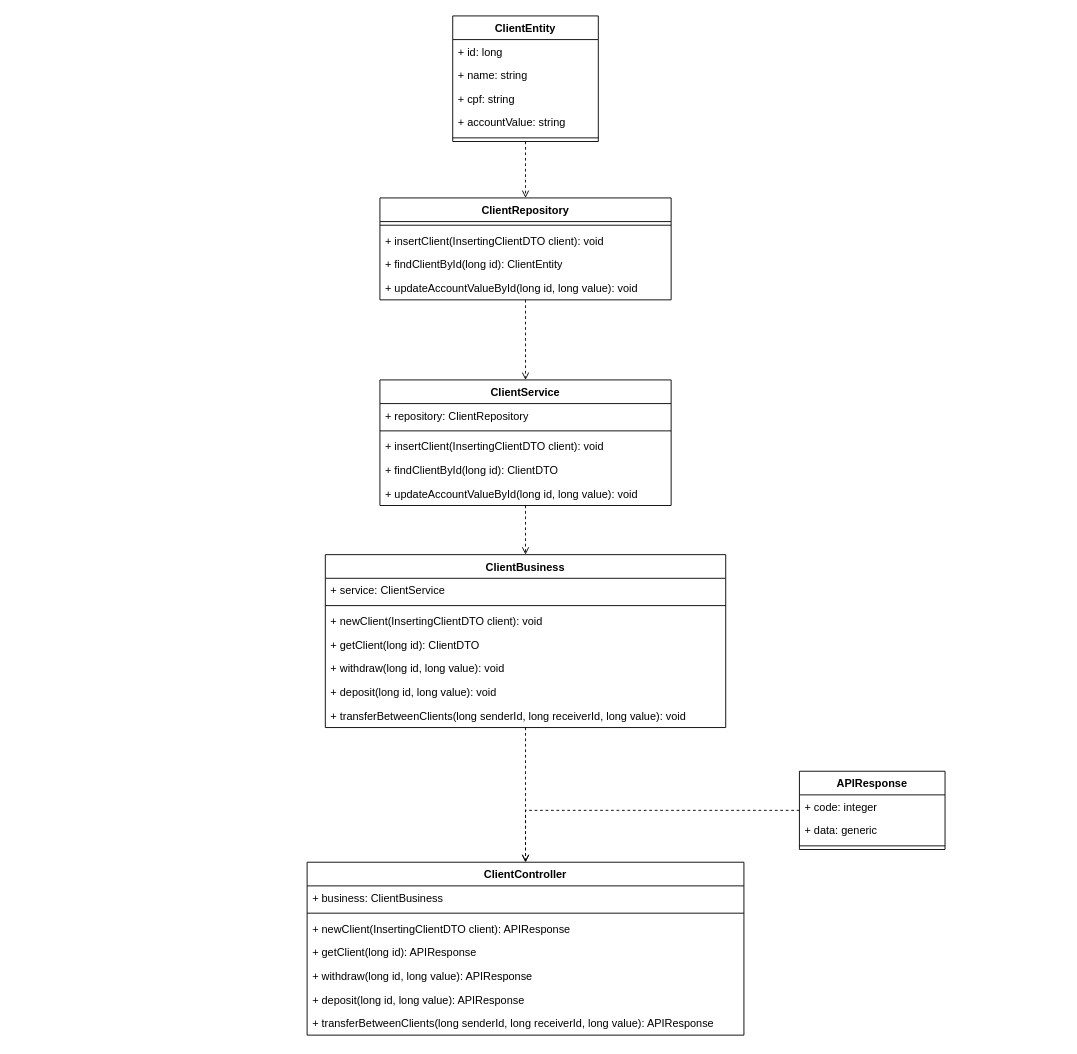
Bruzaum/gestaoBancaria-SOO keeps this draw.io diagram as Diagrama sem nome.drawio. Above is the earlier version. Source tidied: cells renumbered, new cells numbered last; positions are measured from the earlier drawing's top-left corner, leaving out a move shared by most shapes. Both pictures are drawn from the tidied source at 91%, with x=0, y=0 at pixel (307, 15).
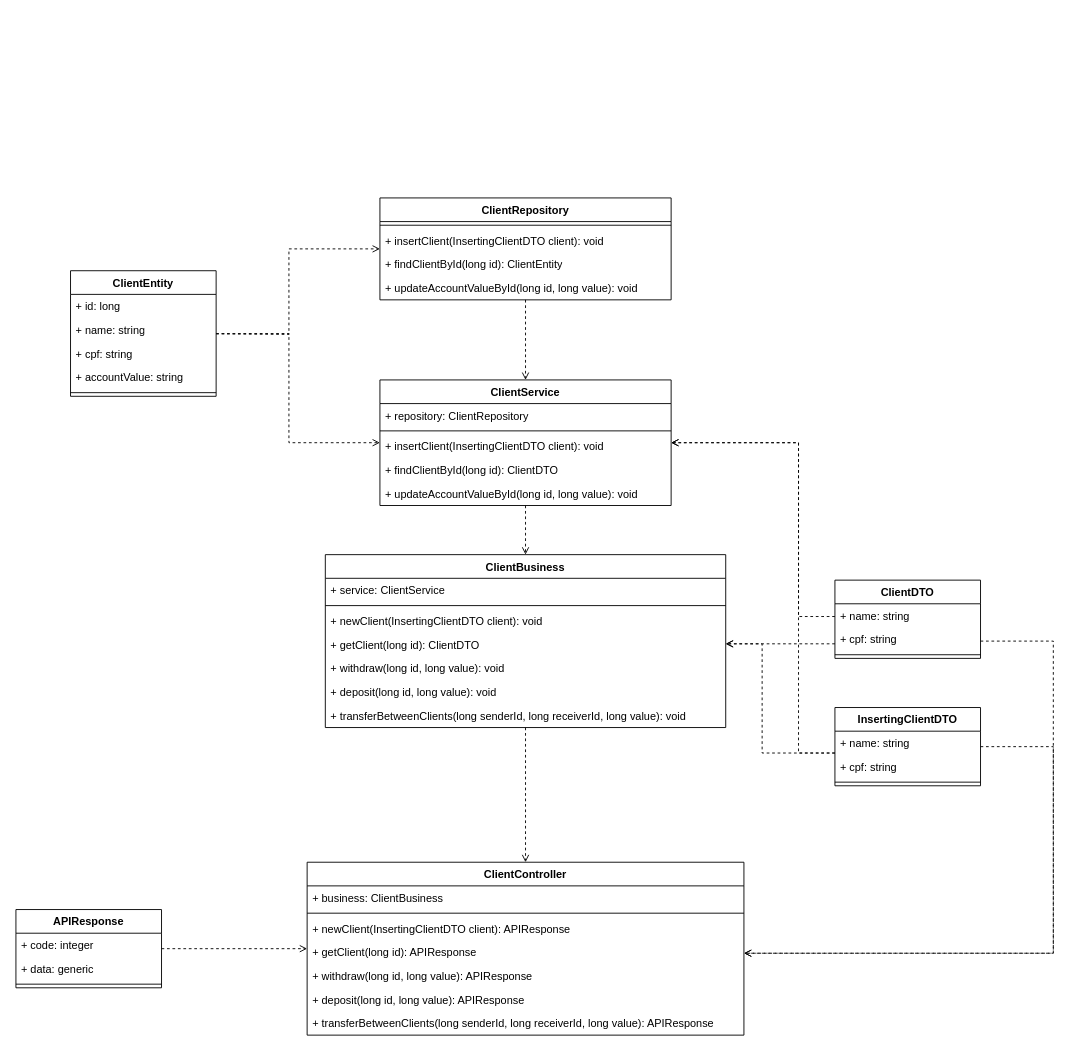
The same diagram, later.

Unchanged cells that the change refers to:
```xml
<mxCell id="10" value="ClientRepository" style="swimlane;fontStyle=1;align=center;verticalAlign=top;horizontal=1;startSize=26;whiteSpace=wrap;html=1;" parent="1" vertex="1">
  <mxGeometry x="80" y="200" width="320" height="112" as="geometry" />
</mxCell>
<mxCell id="16" value="ClientService" style="swimlane;fontStyle=1;align=center;verticalAlign=top;horizontal=1;startSize=26;whiteSpace=wrap;html=1;" parent="1" vertex="1">
  <mxGeometry x="80" y="400" width="320" height="138" as="geometry" />
</mxCell>
<mxCell id="23" value="ClientBusiness" style="swimlane;fontStyle=1;align=center;verticalAlign=top;horizontal=1;startSize=26;whiteSpace=wrap;html=1;" parent="1" vertex="1">
  <mxGeometry x="20" y="592" width="440" height="190" as="geometry" />
</mxCell>
<mxCell id="31" value="ClientController" style="swimlane;fontStyle=1;align=center;verticalAlign=top;horizontal=1;startSize=26;whiteSpace=wrap;html=1;" parent="1" vertex="1">
  <mxGeometry y="930" width="480" height="190" as="geometry" />
</mxCell>
```

Change to the diagram source:
```diff
@@
-    <mxCell id="2" style="rounded=0;jettySize=auto;html=1;entryX=0.5;entryY=0;entryDx=0;entryDy=0;dashed=1;endArrow=open;endFill=0;" parent="1" edge="1" source="3" target="10">
-      <mxGeometry relative="1" as="geometry" />
+    <mxCell id="2" style="rounded=0;jettySize=auto;html=1;dashed=1;endArrow=open;endFill=0;" parent="1" edge="1" source="3" target="10">
+      <mxGeometry relative="1" as="geometry">
+        <Array as="points">
+          <mxPoint x="-20" y="350" />
+          <mxPoint x="-20" y="256" />
+        </Array>
+      </mxGeometry>
     </mxCell>
+    <mxCell id="44" style="edgeStyle=orthogonalEdgeStyle;rounded=0;jettySize=auto;html=1;dashed=1;endArrow=open;endFill=0;" parent="1" edge="1" source="3" target="16">
+      <mxGeometry relative="1" as="geometry">
+        <Array as="points">
+          <mxPoint x="-20" y="349" />
+          <mxPoint x="-20" y="469" />
+        </Array>
+      </mxGeometry>
+    </mxCell>
     <mxCell id="3" value="ClientEntity" style="swimlane;fontStyle=1;align=center;verticalAlign=top;horizontal=1;startSize=26;whiteSpace=wrap;html=1;fillColor=default;" parent="1" vertex="1">
-      <mxGeometry x="160" width="160" height="138" as="geometry" />
+      <mxGeometry x="-260" y="280" width="160" height="138" as="geometry" />
     </mxCell>
@@
-    <mxCell id="39" style="edgeStyle=orthogonalEdgeStyle;rounded=0;jettySize=auto;html=1;entryX=0.5;entryY=0;entryDx=0;entryDy=0;dashed=1;endArrow=open;endFill=0;" parent="1" edge="1" source="40" target="31">
+    <mxCell id="39" style="edgeStyle=orthogonalEdgeStyle;rounded=0;jettySize=auto;html=1;dashed=1;endArrow=open;endFill=0;" parent="1" edge="1" source="40" target="31">
       <mxGeometry relative="1" as="geometry" />
     </mxCell>
     <mxCell id="40" value="APIResponse" style="swimlane;fontStyle=1;align=center;verticalAlign=top;horizontal=1;startSize=26;whiteSpace=wrap;html=1;" parent="1" vertex="1">
-      <mxGeometry x="541" y="830" width="160" height="86" as="geometry" />
+      <mxGeometry x="-320" y="982" width="160" height="86" as="geometry" />
     </mxCell>
@@
+    <mxCell id="45" style="edgeStyle=orthogonalEdgeStyle;rounded=0;jettySize=auto;html=1;dashed=1;endArrow=open;endFill=0;fillColor=#dae8fc;strokeColor=#000000;" parent="1" edge="1" source="49" target="31">
+      <mxGeometry relative="1" as="geometry">
+        <Array as="points">
+          <mxPoint x="820" y="803" />
+          <mxPoint x="820" y="1030" />
+        </Array>
+      </mxGeometry>
+    </mxCell>
+    <mxCell id="46" style="edgeStyle=orthogonalEdgeStyle;rounded=0;jettySize=auto;html=1;dashed=1;endArrow=open;endFill=0;fillColor=#ffe6cc;strokeColor=#000000;" parent="1" edge="1" source="49" target="23">
+      <mxGeometry relative="1" as="geometry">
+        <Array as="points">
+          <mxPoint x="500" y="810" />
+          <mxPoint x="500" y="690" />
+        </Array>
+      </mxGeometry>
+    </mxCell>
+    <mxCell id="47" style="edgeStyle=orthogonalEdgeStyle;rounded=0;jettySize=auto;html=1;fillColor=#f8cecc;strokeColor=#FFFFFF;dashed=1;endArrow=open;endFill=0;" parent="1" edge="1" source="49" target="16">
+      <mxGeometry relative="1" as="geometry">
+        <Array as="points">
+          <mxPoint x="540" y="770" />
+          <mxPoint x="540" y="469" />
+        </Array>
+      </mxGeometry>
+    </mxCell>
+    <mxCell id="48" style="edgeStyle=orthogonalEdgeStyle;rounded=0;jettySize=auto;html=1;dashed=1;endArrow=open;endFill=0;" parent="1" edge="1" source="49" target="16">
+      <mxGeometry relative="1" as="geometry">
+        <Array as="points">
+          <mxPoint x="540" y="810" />
+          <mxPoint x="540" y="469" />
+        </Array>
+      </mxGeometry>
+    </mxCell>
+    <mxCell id="49" value="InsertingClientDTO" style="swimlane;fontStyle=1;align=center;verticalAlign=top;horizontal=1;startSize=26;whiteSpace=wrap;html=1;" parent="1" vertex="1">
+      <mxGeometry x="580" y="760" width="160" height="86" as="geometry" />
+    </mxCell>
+    <mxCell id="50" value="+ name: string" style="text;strokeColor=none;fillColor=none;align=left;verticalAlign=top;spacingLeft=4;spacingRight=4;overflow=hidden;whiteSpace=wrap;html=1;" parent="49" vertex="1">
+      <mxGeometry y="26" width="160" height="26" as="geometry" />
+    </mxCell>
+    <mxCell id="51" value="+ cpf: string" style="text;strokeColor=none;fillColor=none;align=left;verticalAlign=top;spacingLeft=4;spacingRight=4;overflow=hidden;whiteSpace=wrap;html=1;" parent="49" vertex="1">
+      <mxGeometry y="52" width="160" height="26" as="geometry" />
+    </mxCell>
+    <mxCell id="52" style="line;strokeWidth=1;fillColor=none;align=left;verticalAlign=middle;spacingTop=-1;spacingLeft=3;spacingRight=3;labelPosition=right;strokeColor=inherit;" parent="49" vertex="1">
+      <mxGeometry y="78" width="160" height="8" as="geometry" />
+    </mxCell>
+    <mxCell id="53" style="edgeStyle=orthogonalEdgeStyle;rounded=0;jettySize=auto;html=1;dashed=1;endArrow=open;endFill=0;fillColor=#ffe6cc;strokeColor=#000000;" parent="1" edge="1" source="56" target="23">
+      <mxGeometry relative="1" as="geometry">
+        <Array as="points">
+          <mxPoint x="520" y="690" />
+          <mxPoint x="520" y="690" />
+        </Array>
+      </mxGeometry>
+    </mxCell>
+    <mxCell id="54" style="edgeStyle=orthogonalEdgeStyle;rounded=0;jettySize=auto;html=1;dashed=1;endArrow=open;endFill=0;fillColor=#dae8fc;strokeColor=#000000;" parent="1" edge="1" source="56" target="31">
+      <mxGeometry relative="1" as="geometry">
+        <Array as="points">
+          <mxPoint x="820" y="687" />
+          <mxPoint x="820" y="1030" />
+        </Array>
+      </mxGeometry>
+    </mxCell>
+    <mxCell id="55" style="edgeStyle=orthogonalEdgeStyle;rounded=0;jettySize=auto;html=1;fillColor=#f8cecc;strokeColor=#000000;dashed=1;endArrow=open;endFill=0;" parent="1" edge="1" source="56" target="16">
+      <mxGeometry relative="1" as="geometry">
+        <Array as="points">
+          <mxPoint x="540" y="660" />
+          <mxPoint x="540" y="469" />
+        </Array>
+      </mxGeometry>
+    </mxCell>
+    <mxCell id="56" value="ClientDTO" style="swimlane;fontStyle=1;align=center;verticalAlign=top;horizontal=1;startSize=26;whiteSpace=wrap;html=1;" parent="1" vertex="1">
+      <mxGeometry x="580" y="620" width="160" height="86" as="geometry" />
+    </mxCell>
+    <mxCell id="57" value="+ name: string" style="text;strokeColor=none;fillColor=none;align=left;verticalAlign=top;spacingLeft=4;spacingRight=4;overflow=hidden;whiteSpace=wrap;html=1;" parent="56" vertex="1">
+      <mxGeometry y="26" width="160" height="26" as="geometry" />
+    </mxCell>
+    <mxCell id="58" value="+ cpf: string" style="text;strokeColor=none;fillColor=none;align=left;verticalAlign=top;spacingLeft=4;spacingRight=4;overflow=hidden;whiteSpace=wrap;html=1;" parent="56" vertex="1">
+      <mxGeometry y="52" width="160" height="26" as="geometry" />
+    </mxCell>
+    <mxCell id="59" style="line;strokeWidth=1;fillColor=none;align=left;verticalAlign=middle;spacingTop=-1;spacingLeft=3;spacingRight=3;labelPosition=right;strokeColor=inherit;" parent="56" vertex="1">
+      <mxGeometry y="78" width="160" height="8" as="geometry" />
+    </mxCell>
```
